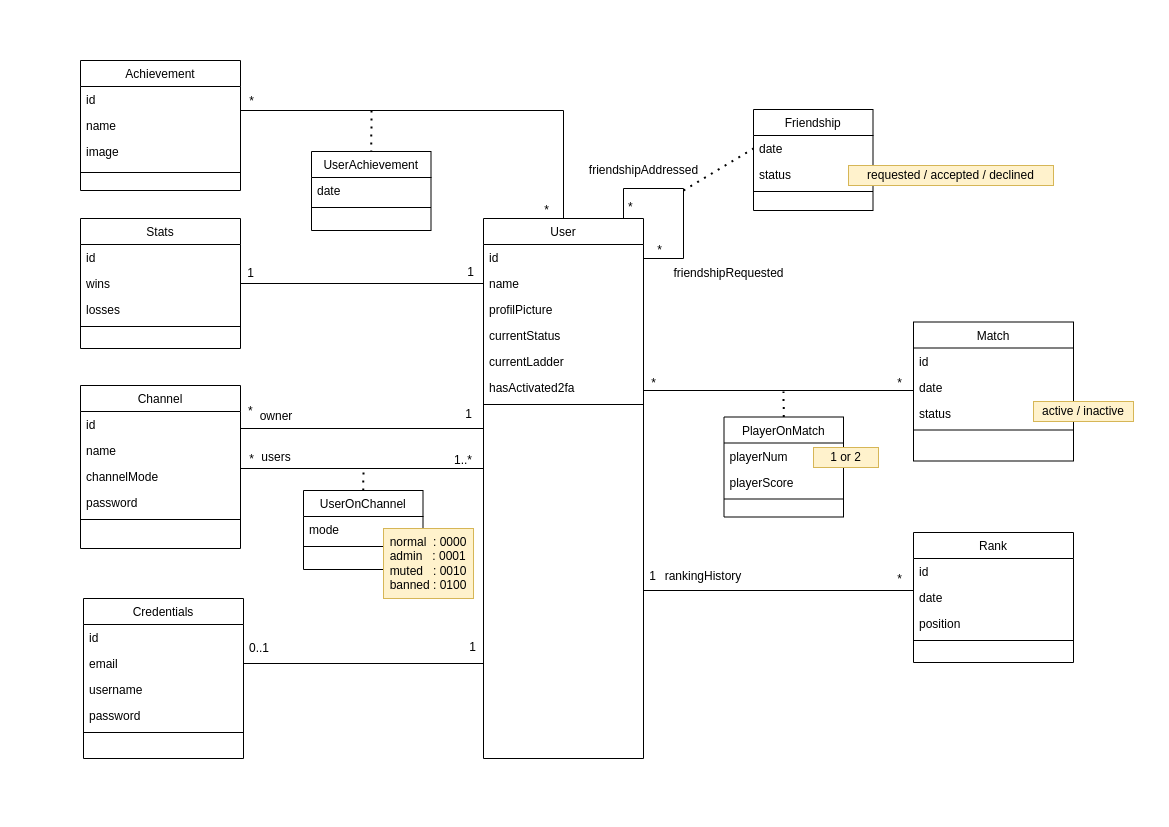
Earlier version of the draw.io export doc/datamodel.png (transcendence-42/ft_transcendence). Source tidied: cells renumbered, new cells last; positions are measured from the earlier drawing's top-left corner, leaving out a move shared by most shapes.
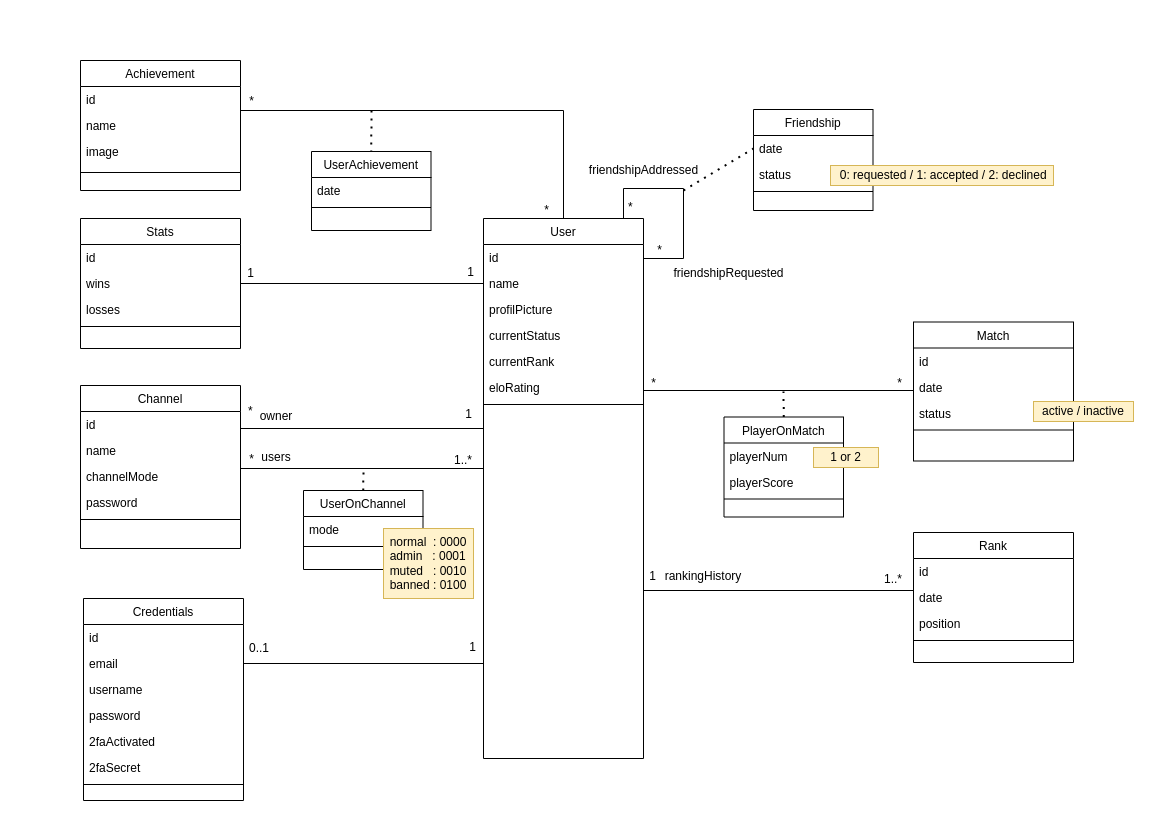
The same file after the commit.

The edit, as a diff of the source:
```diff
@@ -17,7 +17,7 @@
     <mxCell id="6" value="currentStatus" style="text;align=left;verticalAlign=top;spacingLeft=4;spacingRight=4;overflow=hidden;rounded=0;shadow=0;html=0;" parent="2" vertex="1">
       <mxGeometry y="104" width="160" height="26" as="geometry" />
     </mxCell>
-    <mxCell id="7" value="currentLadder" style="text;align=left;verticalAlign=top;spacingLeft=4;spacingRight=4;overflow=hidden;rounded=0;shadow=0;html=0;" parent="2" vertex="1">
+    <mxCell id="7" value="currentRank" style="text;align=left;verticalAlign=top;spacingLeft=4;spacingRight=4;overflow=hidden;rounded=0;shadow=0;html=0;" parent="2" vertex="1">
       <mxGeometry y="130" width="160" height="26" as="geometry" />
     </mxCell>
     <mxCell id="8" style="endArrow=none;shadow=0;strokeWidth=1;rounded=0;endFill=0;edgeStyle=orthogonalEdgeStyle;elbow=vertical;" parent="2" edge="1" source="2">
@@ -42,9 +42,9 @@
         <mxPoint x="20" y="-20" as="offset" />
       </mxGeometry>
     </mxCell>
-    <mxCell id="11" value="hasActivated2fa" style="text;align=left;verticalAlign=top;spacingLeft=4;spacingRight=4;overflow=hidden;rounded=0;shadow=0;html=0;" parent="2" vertex="1">
-      <mxGeometry y="156" width="160" height="26" as="geometry" />
-    </mxCell>
+    <mxCell id="93" value="eloRating" style="text;align=left;verticalAlign=top;spacingLeft=4;spacingRight=4;overflow=hidden;rounded=0;shadow=0;html=0;" parent="2" vertex="1">
+      <mxGeometry y="156" width="160" height="26" as="geometry" />
+    </mxCell>
     <mxCell id="12" style="line;html=1;strokeWidth=1;align=left;verticalAlign=middle;spacingTop=-1;spacingLeft=3;spacingRight=3;labelPosition=right;" parent="2" vertex="1">
       <mxGeometry y="182" width="160" height="8" as="geometry" />
     </mxCell>
@@ -89,7 +89,7 @@
         </Array>
       </mxGeometry>
     </mxCell>
-    <mxCell id="25" value="*" style="align=right;verticalAlign=bottom;labelBackgroundColor=none;fontSize=12;" parent="1" vertex="1">
+    <mxCell id="25" value="1..*" style="align=right;verticalAlign=bottom;labelBackgroundColor=none;fontSize=12;" parent="1" vertex="1">
       <mxGeometry x="823" y="527" as="geometry" />
     </mxCell>
     <mxCell id="26" value="1" style="align=right;verticalAlign=bottom;labelBackgroundColor=none;fontSize=12;" parent="1" vertex="1">
@@ -172,7 +172,7 @@
       <mxGeometry x="590" y="198" width="117" height="30" as="geometry" />
     </mxCell>
     <mxCell id="47" value="Credentials" style="swimlane;fontStyle=0;align=center;verticalAlign=top;horizontal=1;startSize=26;rounded=0;shadow=0;strokeWidth=1;" parent="1" vertex="1">
-      <mxGeometry x="3" y="538" width="160" height="160" as="geometry" />
+      <mxGeometry x="3" y="538" width="160" height="202" as="geometry" />
     </mxCell>
     <mxCell id="48" value="id" style="text;align=left;verticalAlign=top;spacingLeft=4;spacingRight=4;overflow=hidden;" parent="47" vertex="1">
       <mxGeometry y="26" width="160" height="26" as="geometry" />
@@ -186,8 +186,14 @@
     <mxCell id="51" value="password" style="text;align=left;verticalAlign=top;spacingLeft=4;spacingRight=4;overflow=hidden;rounded=0;shadow=0;html=0;" parent="47" vertex="1">
       <mxGeometry y="104" width="160" height="26" as="geometry" />
     </mxCell>
+    <mxCell id="94" value="2faActivated" style="text;align=left;verticalAlign=top;spacingLeft=4;spacingRight=4;overflow=hidden;rounded=0;shadow=0;html=0;" parent="47" vertex="1">
+      <mxGeometry y="130" width="160" height="26" as="geometry" />
+    </mxCell>
+    <mxCell id="95" value="2faSecret" style="text;align=left;verticalAlign=top;spacingLeft=4;spacingRight=4;overflow=hidden;rounded=0;shadow=0;html=0;" parent="47" vertex="1">
+      <mxGeometry y="156" width="160" height="26" as="geometry" />
+    </mxCell>
     <mxCell id="52" style="line;html=1;strokeWidth=1;align=left;verticalAlign=middle;spacingTop=-1;spacingLeft=3;spacingRight=3;labelPosition=right;" parent="47" vertex="1">
-      <mxGeometry y="130" width="160" height="8" as="geometry" />
+      <mxGeometry y="182" width="160" height="8" as="geometry" />
     </mxCell>
     <mxCell id="53" style="endArrow=none;html=1;rounded=0;strokeColor=#000000;fillColor=#FF9999;exitX=1;exitY=0.5;exitDx=0;exitDy=0;entryX=0;entryY=0.75;entryDx=0;entryDy=0;edgeStyle=orthogonalEdgeStyle;" parent="1" edge="1" source="49" target="2">
       <mxGeometry relative="1" as="geometry">
@@ -328,8 +334,8 @@
         <mxPoint x="603" y="130" as="sourcePoint" />
       </mxGeometry>
     </mxCell>
-    <mxCell id="92" value="&lt;div style=&quot;text-align: left;&quot;&gt;&lt;span style=&quot;background-color: initial;&quot;&gt;requested / accepted / declined&lt;/span&gt;&lt;/div&gt;" style="text;html=1;strokeColor=#d6b656;fillColor=#fff2cc;align=center;verticalAlign=middle;whiteSpace=wrap;rounded=0;" parent="1" vertex="1">
-      <mxGeometry x="768" y="105" width="205" height="20" as="geometry" />
+    <mxCell id="92" value="&lt;div style=&quot;text-align: left;&quot;&gt;&lt;span style=&quot;background-color: initial;&quot;&gt;&amp;nbsp;0: requested / 1: accepted / 2: declined&lt;/span&gt;&lt;/div&gt;" style="text;html=1;strokeColor=#d6b656;fillColor=#fff2cc;align=center;verticalAlign=middle;whiteSpace=wrap;rounded=0;" parent="1" vertex="1">
+      <mxGeometry x="750" y="105" width="223" height="20" as="geometry" />
     </mxCell>
   </root>
 </mxGraphModel>
```
